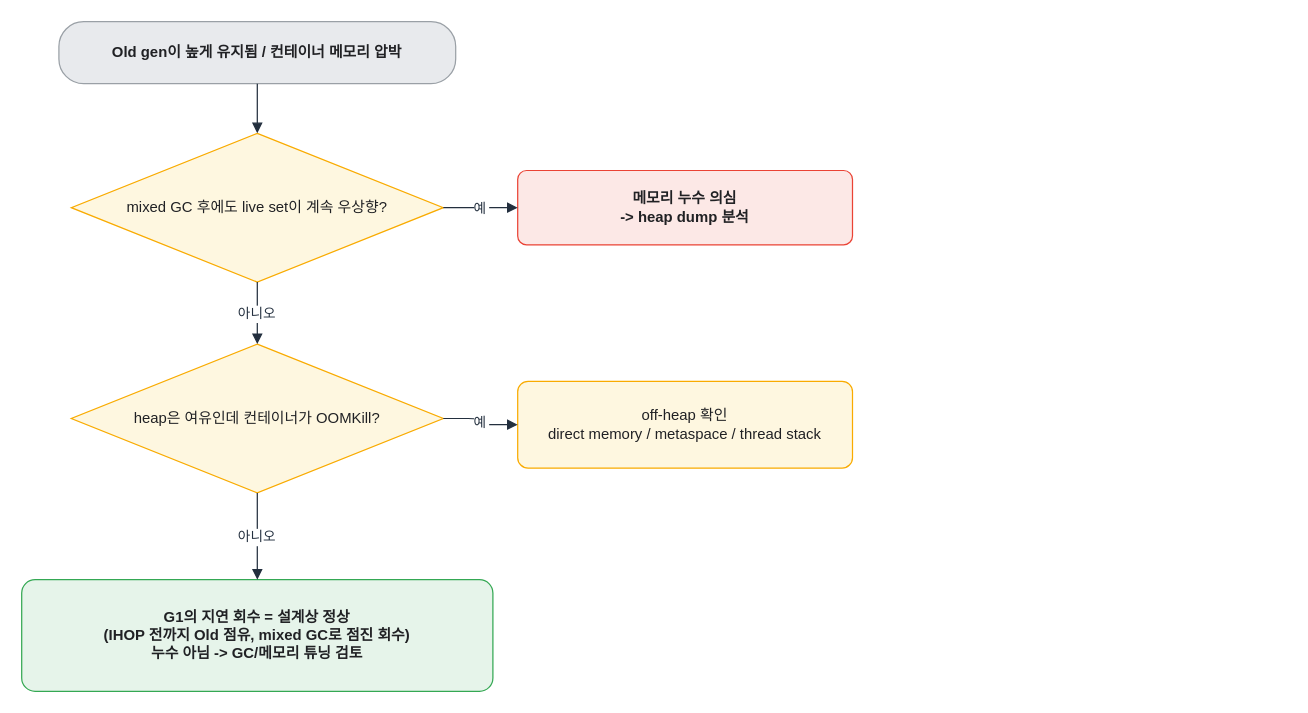
The draw.io diagram assets/img/jvm/jvm-11-capstone-diagnosis.drawio in KKamJi98/kkamji98.github.io, before the edit. Source tidied: cells renumbered, new cells numbered last; positions are measured from the earlier drawing's top-left corner, leaving out a move shared by most shapes. Both pictures are drawn from the tidied source at 124%, with x=0, y=0 at pixel (21, 21).
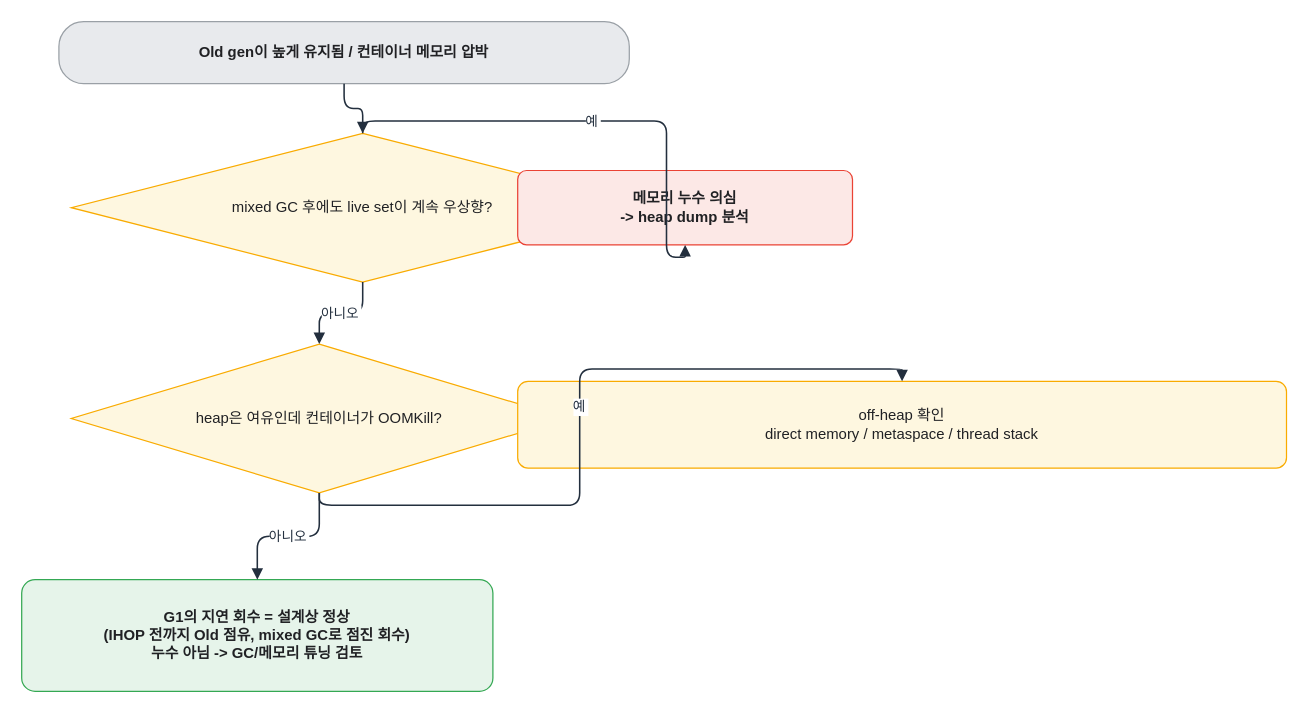
The same page after the edit.

The edit, as a diff of the source:
```diff
@@
 <mxGraphModel background="#FFFFFF">
   <root>
     <mxCell id="0" />
     <mxCell id="1" parent="0" />
-    <mxCell id="2" value="Old gen이 높게 유지됨 / 컨테이너 메모리 압박" style="rounded=1;whiteSpace=wrap;html=1;arcSize=40;shadow=0;fillColor=#E8EAED;strokeColor=#9AA0A6;fontColor=#202124;fontStyle=1;" parent="1" vertex="1">
-      <mxGeometry x="30" width="320" height="50" as="geometry" />
+    <mxCell id="2" value="Old gen이 높게 유지됨 / 컨테이너 메모리 압박" style="rounded=1;whiteSpace=wrap;html=0;arcSize=40;shadow=0;fillColor=#E8EAED;strokeColor=#9AA0A6;fontColor=#202124;fontStyle=1;" parent="1" vertex="1">
+      <mxGeometry x="30" width="460" height="50" as="geometry" />
     </mxCell>
-    <mxCell id="3" value="mixed GC 후에도 live set이 계속 우상향?" style="rhombus;whiteSpace=wrap;html=1;shadow=0;fillColor=#FEF7E0;strokeColor=#F9AB00;fontColor=#202124;" parent="1" vertex="1">
-      <mxGeometry x="40" y="90" width="300" height="120" as="geometry" />
+    <mxCell id="3" value="mixed GC 후에도 live set이 계속 우상향?" style="rhombus;whiteSpace=wrap;html=0;shadow=0;fillColor=#FEF7E0;strokeColor=#F9AB00;fontColor=#202124;" parent="1" vertex="1">
+      <mxGeometry x="40" y="90" width="470" height="120" as="geometry" />
     </mxCell>
-    <mxCell id="4" value="메모리 누수 의심&#10;-&gt; heap dump 분석" style="rounded=1;whiteSpace=wrap;html=1;arcSize=12;shadow=0;fillColor=#FCE8E6;strokeColor=#EA4335;fontColor=#202124;fontStyle=1;" parent="1" vertex="1">
+    <mxCell id="4" value="메모리 누수 의심&#10;-&gt; heap dump 분석" style="rounded=1;whiteSpace=wrap;html=0;arcSize=12;shadow=0;fillColor=#FCE8E6;strokeColor=#EA4335;fontColor=#202124;fontStyle=1;" parent="1" vertex="1">
       <mxGeometry x="400" y="120" width="270" height="60" as="geometry" />
     </mxCell>
-    <mxCell id="5" value="heap은 여유인데 컨테이너가 OOMKill?" style="rhombus;whiteSpace=wrap;html=1;shadow=0;fillColor=#FEF7E0;strokeColor=#F9AB00;fontColor=#202124;" parent="1" vertex="1">
-      <mxGeometry x="40" y="260" width="300" height="120" as="geometry" />
+    <mxCell id="5" value="heap은 여유인데 컨테이너가 OOMKill?" style="rhombus;whiteSpace=wrap;html=0;shadow=0;fillColor=#FEF7E0;strokeColor=#F9AB00;fontColor=#202124;" parent="1" vertex="1">
+      <mxGeometry x="40" y="260" width="400" height="120" as="geometry" />
     </mxCell>
-    <mxCell id="6" value="off-heap 확인&#10;direct memory / metaspace / thread stack" style="rounded=1;whiteSpace=wrap;html=1;arcSize=12;shadow=0;fillColor=#FEF7E0;strokeColor=#F9AB00;fontColor=#202124;" parent="1" vertex="1">
-      <mxGeometry x="400" y="290" width="270" height="70" as="geometry" />
+    <mxCell id="6" value="off-heap 확인&#10;direct memory / metaspace / thread stack" style="rounded=1;whiteSpace=wrap;html=0;arcSize=12;shadow=0;fillColor=#FEF7E0;strokeColor=#F9AB00;fontColor=#202124;" parent="1" vertex="1">
+      <mxGeometry x="400" y="290" width="620" height="70" as="geometry" />
     </mxCell>
-    <mxCell id="7" value="G1의 지연 회수 = 설계상 정상&#10;(IHOP 전까지 Old 점유, mixed GC로 점진 회수)&#10;누수 아님 -&gt; GC/메모리 튜닝 검토" style="rounded=1;whiteSpace=wrap;html=1;arcSize=12;shadow=0;fillColor=#E6F4EA;strokeColor=#34A853;fontColor=#202124;fontStyle=1;" parent="1" vertex="1">
+    <mxCell id="7" value="G1의 지연 회수 = 설계상 정상&#10;(IHOP 전까지 Old 점유, mixed GC로 점진 회수)&#10;누수 아님 -&gt; GC/메모리 튜닝 검토" style="rounded=1;whiteSpace=wrap;html=0;arcSize=12;shadow=0;fillColor=#E6F4EA;strokeColor=#34A853;fontColor=#202124;fontStyle=1;" parent="1" vertex="1">
       <mxGeometry y="450" width="380" height="90" as="geometry" />
     </mxCell>
-    <mxCell id="8" style="edgeStyle=orthogonalEdgeStyle;rounded=1;html=1;endArrow=block;strokeColor=#232F3E;" parent="1" edge="1" source="2" target="3">
+    <mxCell id="8" style="edgeStyle=orthogonalEdgeStyle;rounded=1;html=0;endArrow=block;strokeColor=#232F3E;strokeWidth=1.25;" parent="1" edge="1" source="2" target="3">
       <mxGeometry relative="1" as="geometry" />
     </mxCell>
-    <mxCell id="9" value="예" style="edgeStyle=orthogonalEdgeStyle;rounded=1;html=0;endArrow=block;strokeColor=#232F3E;fontColor=#232F3E;labelBackgroundColor=#FFFFFF;" parent="1" edge="1" source="3" target="4">
+    <mxCell id="9" value="예" style="edgeStyle=orthogonalEdgeStyle;rounded=1;html=0;endArrow=block;strokeColor=#232F3E;fontColor=#232F3E;labelBackgroundColor=#FFFFFF;strokeWidth=1.25;" parent="1" edge="1" source="3" target="4">
       <mxGeometry relative="1" as="geometry" />
     </mxCell>
-    <mxCell id="10" value="아니오" style="edgeStyle=orthogonalEdgeStyle;rounded=1;html=0;endArrow=block;strokeColor=#232F3E;fontColor=#232F3E;labelBackgroundColor=#FFFFFF;" parent="1" edge="1" source="3" target="5">
+    <mxCell id="10" value="아니오" style="edgeStyle=orthogonalEdgeStyle;rounded=1;html=0;endArrow=block;strokeColor=#232F3E;fontColor=#232F3E;labelBackgroundColor=#FFFFFF;strokeWidth=1.25;" parent="1" edge="1" source="3" target="5">
       <mxGeometry relative="1" as="geometry" />
     </mxCell>
-    <mxCell id="11" value="예" style="edgeStyle=orthogonalEdgeStyle;rounded=1;html=0;endArrow=block;strokeColor=#232F3E;fontColor=#232F3E;labelBackgroundColor=#FFFFFF;" parent="1" edge="1" source="5" target="6">
+    <mxCell id="11" value="예" style="edgeStyle=orthogonalEdgeStyle;rounded=1;html=0;endArrow=block;strokeColor=#232F3E;fontColor=#232F3E;labelBackgroundColor=#FFFFFF;strokeWidth=1.25;" parent="1" edge="1" source="5" target="6">
       <mxGeometry relative="1" as="geometry" />
     </mxCell>
-    <mxCell id="12" value="아니오" style="edgeStyle=orthogonalEdgeStyle;rounded=1;html=0;endArrow=block;strokeColor=#232F3E;fontColor=#232F3E;labelBackgroundColor=#FFFFFF;" parent="1" edge="1" source="5" target="7">
+    <mxCell id="12" value="아니오" style="edgeStyle=orthogonalEdgeStyle;rounded=1;html=0;endArrow=block;strokeColor=#232F3E;fontColor=#232F3E;labelBackgroundColor=#FFFFFF;strokeWidth=1.25;" parent="1" edge="1" source="5" target="7">
       <mxGeometry relative="1" as="geometry" />
     </mxCell>
   </root>
 </mxGraphModel>
```
